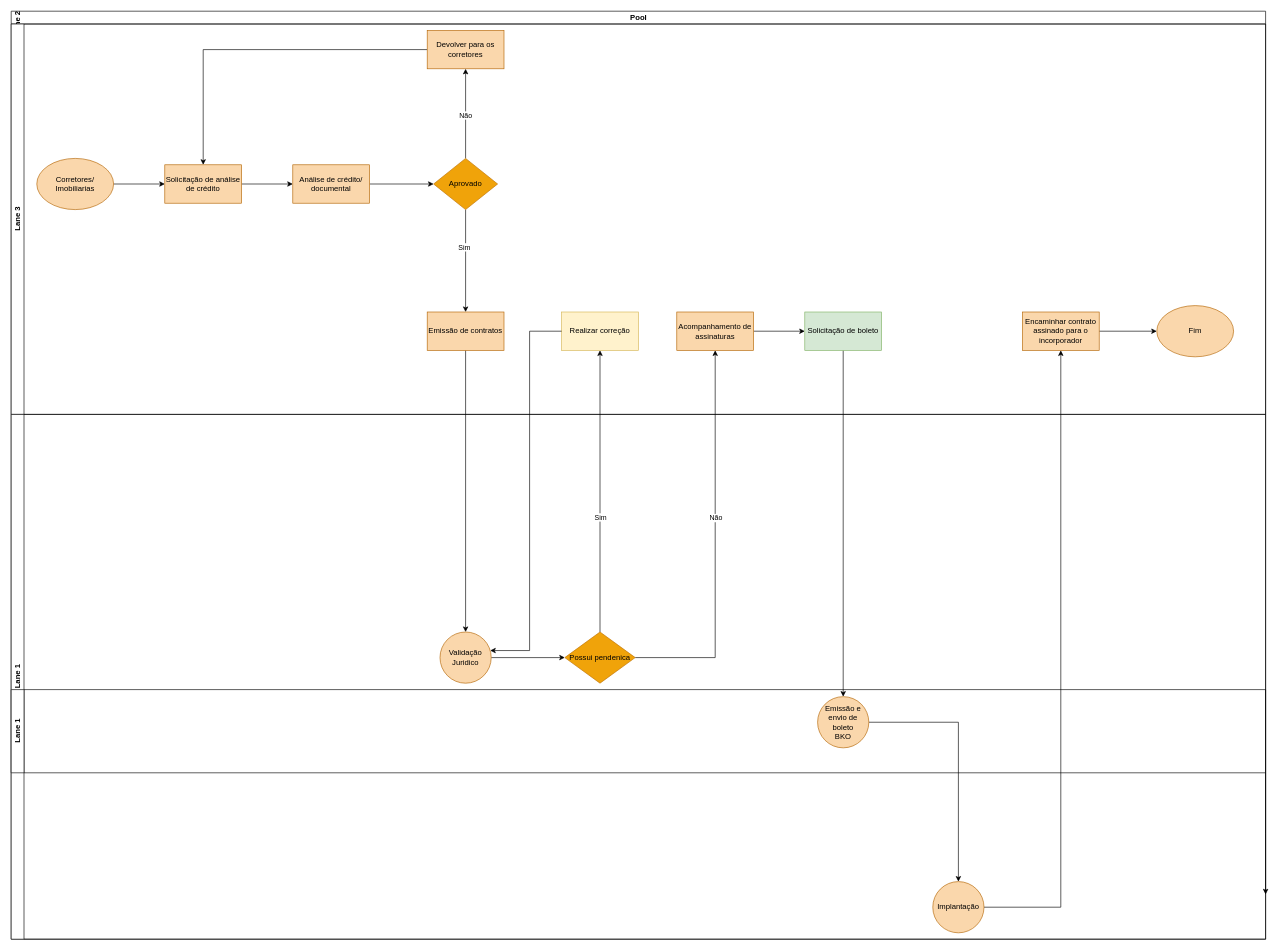
Above: page "Fluxograma SDI" (3 of 12) of fluxogramas/sec-e-vendas3.drawio in ANAP88/gestao-setor-vendas (draw.io), before the change. Source tidied: cells renumbered, new cells numbered last; positions are measured from the earlier drawing's top-left corner, leaving out a move shared by most shapes. Both pictures are drawn from the tidied source at 64%, with x=0, y=0 at pixel (11, 11).
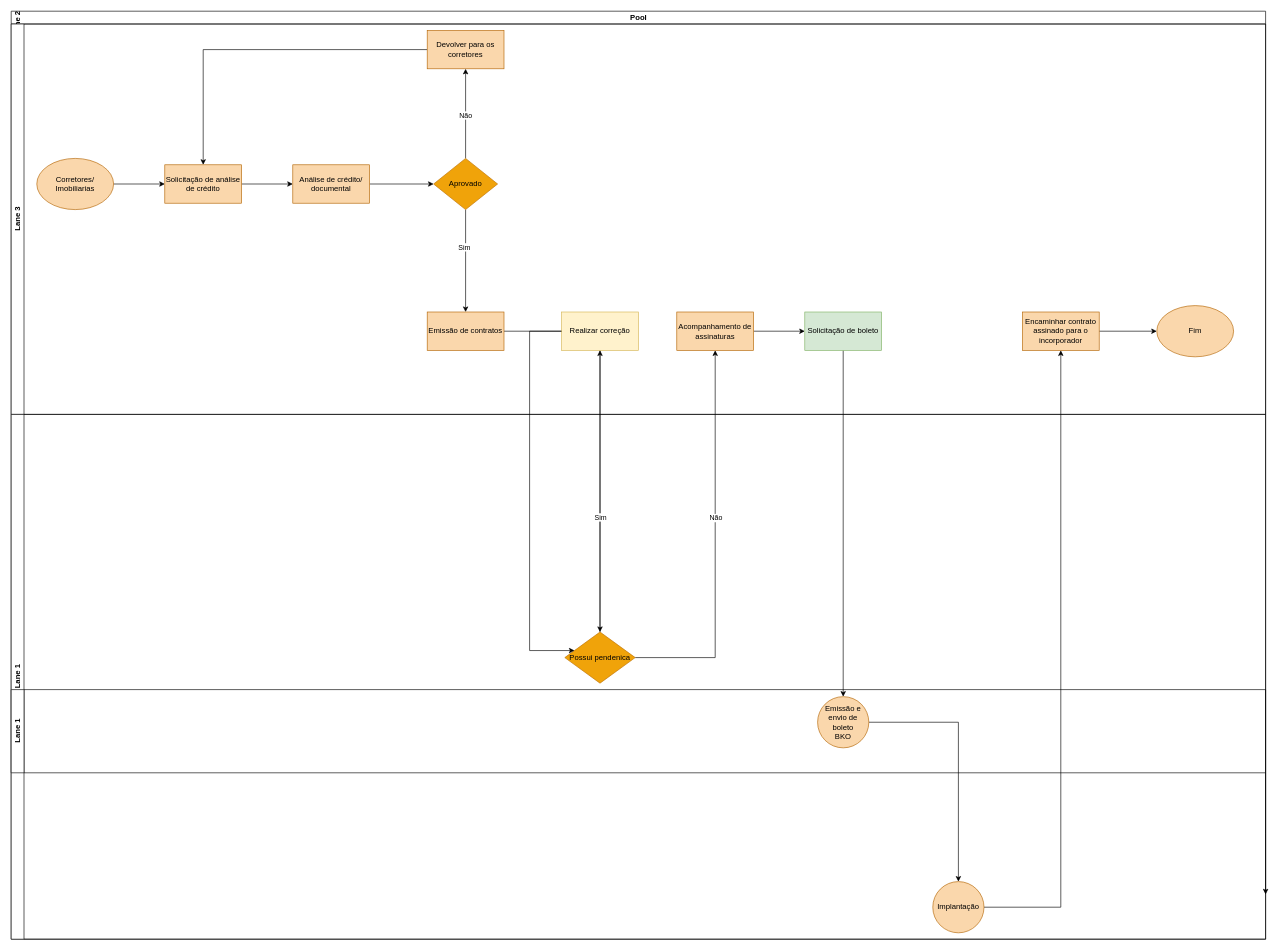
After the change.

The change refers to these unchanged cells:
```xml
<mxCell id="16" value="Emissão de contratos" style="whiteSpace=wrap;html=1;fillColor=#fad7ac;strokeColor=#b46504;" parent="1" vertex="1">
  <mxGeometry x="650" y="470" width="120" height="60" as="geometry" />
</mxCell>
<mxCell id="23" value="Possui pendenica" style="rhombus;whiteSpace=wrap;html=1;fillColor=#f0a30a;fontColor=#000000;strokeColor=#BD7000;" parent="1" vertex="1">
  <mxGeometry x="865" y="970" width="110" height="80" as="geometry" />
</mxCell>
<mxCell id="24" value="Realizar correção" style="whiteSpace=wrap;html=1;fillColor=#fff2cc;strokeColor=#d6b656;" parent="1" vertex="1">
  <mxGeometry x="860" y="470" width="120" height="60" as="geometry" />
</mxCell>
```

What changed in the source:
```diff
@@
-    <mxCell id="15" style="edgeStyle=orthogonalEdgeStyle;rounded=0;jettySize=auto;html=1;" parent="1" edge="1" source="16" target="18">
+    <mxCell id="15" style="edgeStyle=orthogonalEdgeStyle;rounded=0;jettySize=auto;html=1;" parent="1" edge="1" source="16" target="23">
       <mxGeometry relative="1" as="geometry" />
     </mxCell>
@@
-    <mxCell id="17" style="edgeStyle=orthogonalEdgeStyle;rounded=0;jettySize=auto;html=1;" parent="1" edge="1" source="18" target="23">
-      <mxGeometry relative="1" as="geometry" />
-    </mxCell>
-    <mxCell id="18" value="Validação Juridico" style="ellipse;whiteSpace=wrap;html=1;fillColor=#fad7ac;strokeColor=#b46504;" parent="1" vertex="1">
-      <mxGeometry x="670" y="970" width="80" height="80" as="geometry" />
-    </mxCell>
@@
-    <mxCell id="25" style="edgeStyle=orthogonalEdgeStyle;rounded=0;jettySize=auto;html=1;" parent="1" edge="1" source="24" target="18">
+    <mxCell id="25" style="edgeStyle=orthogonalEdgeStyle;rounded=0;jettySize=auto;html=1;" parent="1" edge="1" source="24" target="23">
       <mxGeometry relative="1" as="geometry">
         <Array as="points">
           <mxPoint x="810" y="500" />
           <mxPoint x="810" y="999" />
         </Array>
       </mxGeometry>
     </mxCell>
```
